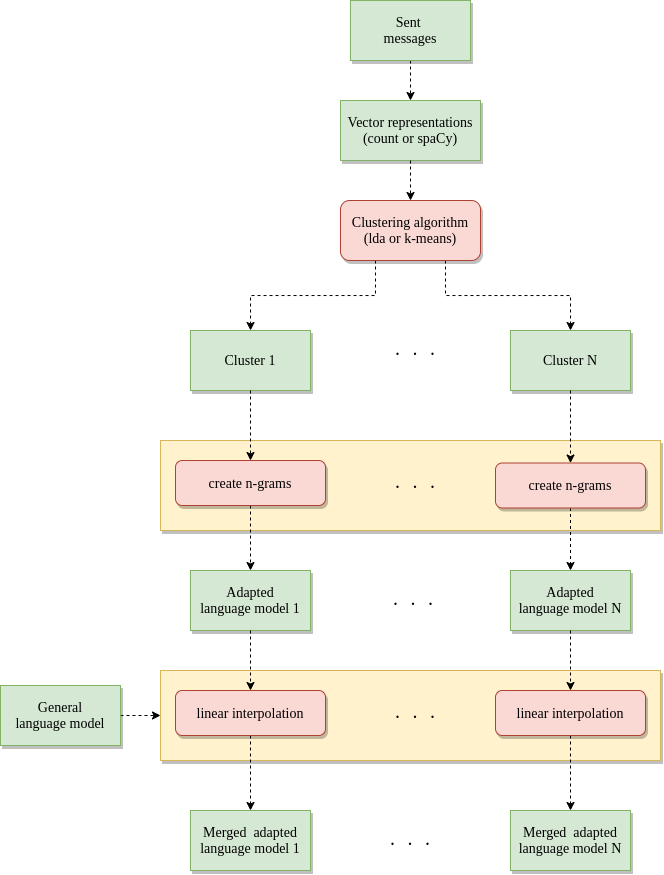
Before: clustered_adaptation/clustered_language_adaptation.png, a diagram exported from draw.io (PanosAntoniadis/personalized_asr). Source tidied: cells renumbered, new cells last; positions are measured from the earlier drawing's top-left corner, leaving out a move shared by most shapes.
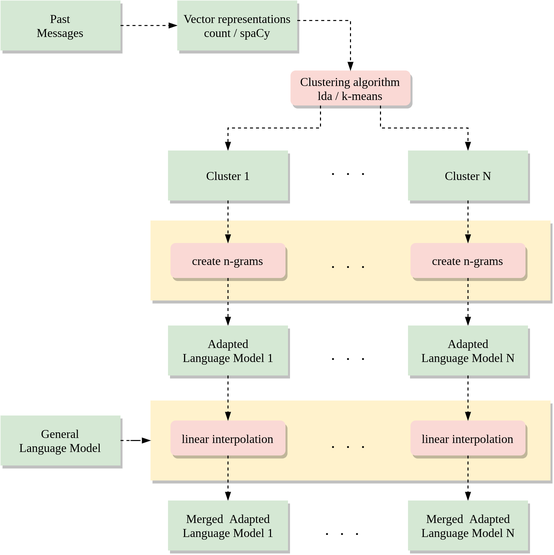
The same file after the commit.

What changed in the source:
```diff
@@ -2,107 +2,111 @@
   <root>
     <mxCell id="0" />
     <mxCell id="1" parent="0" />
-    <mxCell id="2" style="edgeStyle=orthogonalEdgeStyle;rounded=0;jettySize=auto;html=1;fontFamily=Verdana;fontSize=14;dashed=1;" parent="1" edge="1" source="3" target="34">
-      <mxGeometry relative="1" as="geometry" />
-    </mxCell>
-    <mxCell id="3" value="&lt;span style=&quot;font-size: 14px&quot;&gt;Sent &lt;br&gt;messages&lt;/span&gt;" style="rounded=0;whiteSpace=wrap;html=1;fillColor=#d5e8d4;strokeColor=#82b366;shadow=1;fontFamily=Verdana;fontSize=14;" parent="1" vertex="1">
-      <mxGeometry x="350" width="120" height="60" as="geometry" />
-    </mxCell>
-    <mxCell id="4" style="edgeStyle=orthogonalEdgeStyle;rounded=0;jettySize=auto;html=1;exitX=0.25;exitY=1;exitDx=0;exitDy=0;dashed=1;fontFamily=Verdana;fontSize=14;" parent="1" edge="1" source="6" target="7">
-      <mxGeometry relative="1" as="geometry" />
-    </mxCell>
-    <mxCell id="5" style="edgeStyle=orthogonalEdgeStyle;rounded=0;jettySize=auto;html=1;exitX=0.75;exitY=1;exitDx=0;exitDy=0;entryX=0.5;entryY=0;entryDx=0;entryDy=0;dashed=1;fontFamily=Verdana;fontSize=14;" parent="1" edge="1" source="6" target="8">
-      <mxGeometry relative="1" as="geometry" />
-    </mxCell>
-    <mxCell id="6" value="Clustering algorithm&lt;br&gt;(lda or k-means)" style="rounded=1;whiteSpace=wrap;html=1;fontFamily=Verdana;fontSize=14;fillColor=#fad9d5;strokeColor=#ae4132;shadow=1;" parent="1" vertex="1">
-      <mxGeometry x="340" y="200" width="140" height="60" as="geometry" />
-    </mxCell>
+    <mxCell id="36" style="edgeStyle=orthogonalEdgeStyle;rounded=0;jettySize=auto;html=1;fontFamily=Helvetica;fontSize=10;dashed=1;endArrow=blockThin;endFill=1;" parent="1" edge="1" source="37" target="67">
+      <mxGeometry relative="1" as="geometry" />
+    </mxCell>
+    <mxCell id="37" value="&lt;span style=&quot;font-size: 12px&quot;&gt;Past&lt;br style=&quot;font-size: 12px&quot;&gt;Messages&lt;/span&gt;" style="rounded=0;whiteSpace=wrap;html=1;fillColor=#d5e8d4;shadow=1;fontFamily=Times New Roman;fontSize=12;strokeColor=none;" parent="1" vertex="1">
+      <mxGeometry x="20" width="120" height="50" as="geometry" />
+    </mxCell>
+    <mxCell id="38" style="edgeStyle=orthogonalEdgeStyle;rounded=0;jettySize=auto;html=1;exitX=0.25;exitY=1;exitDx=0;exitDy=0;dashed=1;fontFamily=Helvetica;fontSize=10;endArrow=blockThin;endFill=1;" parent="1" edge="1" source="40" target="7">
+      <mxGeometry relative="1" as="geometry" />
+    </mxCell>
+    <mxCell id="39" style="edgeStyle=orthogonalEdgeStyle;rounded=0;jettySize=auto;html=1;exitX=0.75;exitY=1;exitDx=0;exitDy=0;entryX=0.5;entryY=0;entryDx=0;entryDy=0;dashed=1;fontFamily=Helvetica;fontSize=10;endArrow=blockThin;endFill=1;" parent="1" edge="1" source="40" target="8">
+      <mxGeometry relative="1" as="geometry" />
+    </mxCell>
+    <mxCell id="40" value="Clustering algorithm&lt;br style=&quot;font-size: 12px&quot;&gt;lda / k-means" style="rounded=1;whiteSpace=wrap;html=1;fontFamily=Times New Roman;fontSize=12;fillColor=#fad9d5;shadow=1;strokeColor=none;" parent="1" vertex="1">
+      <mxGeometry x="310" y="70" width="120" height="35" as="geometry" />
+    </mxCell>
-    <mxCell id="7" value="&lt;span style=&quot;font-size: 14px&quot;&gt;Cluster 1&lt;/span&gt;" style="rounded=0;whiteSpace=wrap;html=1;fillColor=#d5e8d4;strokeColor=#82b366;shadow=1;fontFamily=Verdana;fontSize=14;" parent="1" vertex="1">
-      <mxGeometry x="190" y="330" width="120" height="60" as="geometry" />
+    <mxCell id="7" value="&lt;span style=&quot;font-size: 12px;&quot;&gt;Cluster 1&lt;/span&gt;" style="rounded=0;whiteSpace=wrap;html=1;fillColor=#d5e8d4;shadow=1;fontFamily=Times New Roman;fontSize=12;strokeColor=none;" parent="1" vertex="1">
+      <mxGeometry x="187.5" y="150" width="120" height="50" as="geometry" />
     </mxCell>
-    <mxCell id="8" value="&lt;span style=&quot;font-size: 14px&quot;&gt;Cluster N&lt;/span&gt;" style="rounded=0;whiteSpace=wrap;html=1;fillColor=#d5e8d4;strokeColor=#82b366;shadow=1;fontFamily=Verdana;fontSize=14;" parent="1" vertex="1">
-      <mxGeometry x="510" y="330" width="120" height="60" as="geometry" />
+    <mxCell id="8" value="&lt;span style=&quot;font-size: 12px;&quot;&gt;Cluster N&lt;/span&gt;" style="rounded=0;whiteSpace=wrap;html=1;fillColor=#d5e8d4;shadow=1;fontFamily=Times New Roman;fontSize=12;strokeColor=none;" parent="1" vertex="1">
+      <mxGeometry x="427.5" y="150" width="120" height="50" as="geometry" />
     </mxCell>
-    <mxCell id="9" value="&lt;font style=&quot;font-size: 14px;&quot;&gt;&lt;b style=&quot;font-size: 14px;&quot;&gt;.&amp;nbsp; &amp;nbsp; .&amp;nbsp; &amp;nbsp; .&lt;/b&gt;&lt;/font&gt;" style="text;html=1;strokeColor=none;fillColor=none;align=center;verticalAlign=middle;whiteSpace=wrap;rounded=0;fontSize=14;fontFamily=Verdana;" parent="1" vertex="1">
-      <mxGeometry x="360" y="340" width="110" height="20" as="geometry" />
-    </mxCell>
-    <mxCell id="10" style="rounded=0;whiteSpace=wrap;html=1;fillColor=#fff2cc;strokeColor=#d6b656;shadow=1;" parent="1" vertex="1">
-      <mxGeometry x="160" y="440" width="500" height="90" as="geometry" />
-    </mxCell>
-    <mxCell id="11" style="edgeStyle=orthogonalEdgeStyle;rounded=0;jettySize=auto;html=1;exitX=0.5;exitY=1;exitDx=0;exitDy=0;dashed=1;fontFamily=Verdana;fontSize=14;" parent="1" edge="1" source="12" target="18">
-      <mxGeometry relative="1" as="geometry" />
-    </mxCell>
-    <mxCell id="12" value="create n-grams" style="rounded=1;whiteSpace=wrap;html=1;fillColor=#fad9d5;strokeColor=#ae4132;shadow=1;fontSize=14;fontStyle=0;fontFamily=Verdana;" parent="1" vertex="1">
-      <mxGeometry x="175" y="460" width="150" height="45" as="geometry" />
-    </mxCell>
-    <mxCell id="13" value="&lt;font style=&quot;font-size: 14px;&quot;&gt;&lt;b style=&quot;font-size: 14px;&quot;&gt;.&amp;nbsp; &amp;nbsp; .&amp;nbsp; &amp;nbsp; .&lt;/b&gt;&lt;/font&gt;" style="text;html=1;strokeColor=none;fillColor=none;align=center;verticalAlign=middle;whiteSpace=wrap;rounded=0;fontSize=14;fontFamily=Verdana;" parent="1" vertex="1">
-      <mxGeometry x="360" y="472.5" width="110" height="20" as="geometry" />
-    </mxCell>
-    <mxCell id="14" style="edgeStyle=orthogonalEdgeStyle;rounded=0;jettySize=auto;html=1;dashed=1;fontFamily=Verdana;fontSize=14;" parent="1" edge="1" source="15" target="19">
-      <mxGeometry relative="1" as="geometry" />
-    </mxCell>
-    <mxCell id="15" value="create n-grams" style="rounded=1;whiteSpace=wrap;html=1;fillColor=#fad9d5;strokeColor=#ae4132;shadow=1;fontSize=14;fontStyle=0;fontFamily=Verdana;" parent="1" vertex="1">
-      <mxGeometry x="495" y="462.5" width="150" height="45" as="geometry" />
-    </mxCell>
-    <mxCell id="16" style="edgeStyle=orthogonalEdgeStyle;rounded=0;jettySize=auto;html=1;exitX=0.5;exitY=1;exitDx=0;exitDy=0;dashed=1;" parent="1" edge="1" source="7" target="12">
-      <mxGeometry relative="1" as="geometry" />
-    </mxCell>
-    <mxCell id="17" style="edgeStyle=orthogonalEdgeStyle;rounded=0;jettySize=auto;html=1;exitX=0.5;exitY=1;exitDx=0;exitDy=0;dashed=1;" parent="1" edge="1" source="8" target="15">
-      <mxGeometry relative="1" as="geometry" />
-    </mxCell>
-    <mxCell id="18" value="&lt;span style=&quot;font-size: 14px&quot;&gt;Adapted&lt;br&gt;language model 1&lt;/span&gt;" style="rounded=0;whiteSpace=wrap;html=1;fillColor=#d5e8d4;strokeColor=#82b366;shadow=1;fontFamily=Verdana;fontSize=14;" parent="1" vertex="1">
-      <mxGeometry x="190" y="570" width="120" height="60" as="geometry" />
-    </mxCell>
-    <mxCell id="19" value="Adapted&lt;br&gt;language model N" style="rounded=0;whiteSpace=wrap;html=1;fillColor=#d5e8d4;strokeColor=#82b366;shadow=1;fontFamily=Verdana;fontSize=14;" parent="1" vertex="1">
-      <mxGeometry x="510" y="570" width="120" height="60" as="geometry" />
-    </mxCell>
-    <mxCell id="20" value="&lt;font style=&quot;font-size: 14px;&quot;&gt;&lt;b style=&quot;font-size: 14px;&quot;&gt;.&amp;nbsp; &amp;nbsp; .&amp;nbsp; &amp;nbsp; .&lt;/b&gt;&lt;/font&gt;" style="text;html=1;strokeColor=none;fillColor=none;align=center;verticalAlign=middle;whiteSpace=wrap;rounded=0;fontSize=14;fontFamily=Verdana;" parent="1" vertex="1">
-      <mxGeometry x="357.5" y="590" width="110" height="20" as="geometry" />
-    </mxCell>
-    <mxCell id="21" style="rounded=0;whiteSpace=wrap;html=1;fillColor=#fff2cc;strokeColor=#d6b656;shadow=1;" parent="1" vertex="1">
-      <mxGeometry x="160" y="670" width="500" height="90" as="geometry" />
-    </mxCell>
-    <mxCell id="22" style="edgeStyle=orthogonalEdgeStyle;rounded=0;jettySize=auto;html=1;entryX=0.5;entryY=0;entryDx=0;entryDy=0;dashed=1;fontFamily=Verdana;fontSize=14;" parent="1" edge="1" source="23" target="31">
-      <mxGeometry relative="1" as="geometry" />
-    </mxCell>
-    <mxCell id="23" value="linear interpolation" style="rounded=1;whiteSpace=wrap;html=1;fillColor=#fad9d5;strokeColor=#ae4132;shadow=1;fontSize=14;fontStyle=0;fontFamily=Verdana;" parent="1" vertex="1">
-      <mxGeometry x="175" y="690" width="150" height="45" as="geometry" />
-    </mxCell>
-    <mxCell id="24" value="&lt;font style=&quot;font-size: 14px;&quot;&gt;&lt;b style=&quot;font-size: 14px;&quot;&gt;.&amp;nbsp; &amp;nbsp; .&amp;nbsp; &amp;nbsp; .&lt;/b&gt;&lt;/font&gt;" style="text;html=1;strokeColor=none;fillColor=none;align=center;verticalAlign=middle;whiteSpace=wrap;rounded=0;fontSize=14;fontFamily=Verdana;" parent="1" vertex="1">
-      <mxGeometry x="360" y="702.5" width="110" height="20" as="geometry" />
-    </mxCell>
-    <mxCell id="25" style="edgeStyle=orthogonalEdgeStyle;rounded=0;jettySize=auto;html=1;exitX=0.5;exitY=1;exitDx=0;exitDy=0;dashed=1;fontFamily=Verdana;fontSize=14;" parent="1" edge="1" source="26" target="32">
-      <mxGeometry relative="1" as="geometry" />
-    </mxCell>
-    <mxCell id="26" value="linear interpolation" style="rounded=1;whiteSpace=wrap;html=1;fillColor=#fad9d5;strokeColor=#ae4132;shadow=1;fontSize=14;fontStyle=0;fontFamily=Verdana;" parent="1" vertex="1">
-      <mxGeometry x="495" y="690" width="150" height="45" as="geometry" />
-    </mxCell>
-    <mxCell id="27" style="edgeStyle=orthogonalEdgeStyle;rounded=0;jettySize=auto;html=1;dashed=1;" parent="1" edge="1" source="18" target="23">
-      <mxGeometry relative="1" as="geometry" />
-    </mxCell>
-    <mxCell id="28" style="edgeStyle=orthogonalEdgeStyle;rounded=0;jettySize=auto;html=1;dashed=1;exitX=0.5;exitY=1;exitDx=0;exitDy=0;" parent="1" edge="1" source="19" target="26">
-      <mxGeometry relative="1" as="geometry" />
-    </mxCell>
-    <mxCell id="29" style="edgeStyle=orthogonalEdgeStyle;rounded=0;jettySize=auto;html=1;entryX=0;entryY=0.5;entryDx=0;entryDy=0;dashed=1;fontFamily=Verdana;fontSize=14;" parent="1" edge="1" source="30" target="21">
-      <mxGeometry relative="1" as="geometry" />
-    </mxCell>
-    <mxCell id="30" value="General&lt;br style=&quot;font-size: 14px;&quot;&gt;language model" style="rounded=0;whiteSpace=wrap;html=1;fillColor=#d5e8d4;strokeColor=#82b366;gradientColor=none;shadow=1;fontSize=14;fontStyle=0;fontFamily=Verdana;" parent="1" vertex="1">
-      <mxGeometry y="685" width="120" height="60" as="geometry" />
-    </mxCell>
-    <mxCell id="31" value="&lt;span style=&quot;font-size: 14px&quot;&gt;Merged&amp;nbsp; adapted&lt;br&gt;language model 1&lt;/span&gt;" style="rounded=0;whiteSpace=wrap;html=1;fillColor=#d5e8d4;strokeColor=#82b366;shadow=1;fontFamily=Verdana;fontSize=14;" parent="1" vertex="1">
-      <mxGeometry x="190" y="810" width="120" height="60" as="geometry" />
-    </mxCell>
-    <mxCell id="32" value="Merged&amp;nbsp; adapted&lt;br&gt;language model N" style="rounded=0;whiteSpace=wrap;html=1;fillColor=#d5e8d4;strokeColor=#82b366;shadow=1;fontFamily=Verdana;fontSize=14;" parent="1" vertex="1">
-      <mxGeometry x="510" y="810" width="120" height="60" as="geometry" />
-    </mxCell>
-    <mxCell id="33" value="&lt;font style=&quot;font-size: 14px;&quot;&gt;&lt;b style=&quot;font-size: 14px;&quot;&gt;.&amp;nbsp; &amp;nbsp; .&amp;nbsp; &amp;nbsp; .&lt;/b&gt;&lt;/font&gt;" style="text;html=1;strokeColor=none;fillColor=none;align=center;verticalAlign=middle;whiteSpace=wrap;rounded=0;fontSize=14;fontFamily=Verdana;" parent="1" vertex="1">
-      <mxGeometry x="355" y="830" width="110" height="20" as="geometry" />
-    </mxCell>
-    <mxCell id="34" value="Vector representations&lt;br&gt;(count or spaCy)" style="rounded=0;whiteSpace=wrap;html=1;fillColor=#d5e8d4;strokeColor=#82b366;shadow=1;fontFamily=Verdana;fontSize=14;" parent="1" vertex="1">
-      <mxGeometry x="340" y="100" width="140" height="60" as="geometry" />
-    </mxCell>
-    <mxCell id="35" style="edgeStyle=orthogonalEdgeStyle;rounded=0;jettySize=auto;html=1;fontFamily=Verdana;fontSize=14;dashed=1;exitX=0.5;exitY=1;exitDx=0;exitDy=0;entryX=0.5;entryY=0;entryDx=0;entryDy=0;" parent="1" edge="1" source="34" target="6">
-      <mxGeometry relative="1" as="geometry" />
-    </mxCell>
+    <mxCell id="41" value="&lt;font style=&quot;font-size: 12px;&quot;&gt;&lt;b style=&quot;font-size: 12px;&quot;&gt;.&amp;nbsp; &amp;nbsp; .&amp;nbsp; &amp;nbsp; .&lt;/b&gt;&lt;/font&gt;" style="text;html=1;strokeColor=none;fillColor=none;align=center;verticalAlign=middle;whiteSpace=wrap;rounded=0;fontSize=12;fontFamily=Times New Roman;" parent="1" vertex="1">
+      <mxGeometry x="313" y="160" width="110" height="20" as="geometry" />
+    </mxCell>
+    <mxCell id="42" style="rounded=0;whiteSpace=wrap;html=1;fillColor=#fff2cc;shadow=1;fontFamily=Helvetica;fontSize=10;strokeColor=none;" parent="1" vertex="1">
+      <mxGeometry x="170" y="220" width="400" height="80" as="geometry" />
+    </mxCell>
+    <mxCell id="43" style="edgeStyle=orthogonalEdgeStyle;rounded=0;jettySize=auto;html=1;exitX=0.5;exitY=1;exitDx=0;exitDy=0;dashed=1;fontFamily=Helvetica;fontSize=10;endArrow=blockThin;endFill=1;" parent="1" edge="1" source="44" target="50">
+      <mxGeometry relative="1" as="geometry" />
+    </mxCell>
+    <mxCell id="44" value="create n-grams" style="rounded=1;whiteSpace=wrap;html=1;fillColor=#fad9d5;shadow=1;fontSize=12;fontStyle=0;fontFamily=Times New Roman;strokeColor=none;" parent="1" vertex="1">
+      <mxGeometry x="190" y="242.5" width="115" height="35" as="geometry" />
+    </mxCell>
+    <mxCell id="45" value="&lt;font style=&quot;font-size: 12px;&quot;&gt;&lt;b style=&quot;font-size: 12px;&quot;&gt;.&amp;nbsp; &amp;nbsp; .&amp;nbsp; &amp;nbsp; .&lt;/b&gt;&lt;/font&gt;" style="text;html=1;strokeColor=none;fillColor=none;align=center;verticalAlign=middle;whiteSpace=wrap;rounded=0;fontSize=12;fontFamily=Times New Roman;" parent="1" vertex="1">
+      <mxGeometry x="313" y="252.5" width="110" height="20" as="geometry" />
+    </mxCell>
+    <mxCell id="46" style="edgeStyle=orthogonalEdgeStyle;rounded=0;jettySize=auto;html=1;dashed=1;fontFamily=Helvetica;fontSize=10;endArrow=blockThin;endFill=1;" parent="1" edge="1" source="47" target="51">
+      <mxGeometry relative="1" as="geometry" />
+    </mxCell>
+    <mxCell id="47" value="create n-grams" style="rounded=1;whiteSpace=wrap;html=1;fillColor=#fad9d5;shadow=1;fontSize=12;fontStyle=0;fontFamily=Times New Roman;strokeColor=none;" parent="1" vertex="1">
+      <mxGeometry x="430" y="242.5" width="115" height="35" as="geometry" />
+    </mxCell>
+    <mxCell id="48" style="edgeStyle=orthogonalEdgeStyle;rounded=0;jettySize=auto;html=1;exitX=0.5;exitY=1;exitDx=0;exitDy=0;dashed=1;fontFamily=Helvetica;fontSize=10;endArrow=blockThin;endFill=1;" parent="1" edge="1" source="7" target="44">
+      <mxGeometry relative="1" as="geometry" />
+    </mxCell>
+    <mxCell id="49" style="edgeStyle=orthogonalEdgeStyle;rounded=0;jettySize=auto;html=1;exitX=0.5;exitY=1;exitDx=0;exitDy=0;dashed=1;fontFamily=Helvetica;fontSize=10;endArrow=blockThin;endFill=1;" parent="1" edge="1" source="8" target="47">
+      <mxGeometry relative="1" as="geometry" />
+    </mxCell>
+    <mxCell id="50" value="&lt;span style=&quot;font-size: 12px&quot;&gt;Adapted&lt;br style=&quot;font-size: 12px&quot;&gt;Language Model 1&lt;/span&gt;" style="rounded=0;whiteSpace=wrap;html=1;fillColor=#d5e8d4;shadow=1;fontFamily=Times New Roman;fontSize=12;strokeColor=none;" parent="1" vertex="1">
+      <mxGeometry x="187.5" y="325" width="120" height="50" as="geometry" />
+    </mxCell>
+    <mxCell id="51" value="Adapted&lt;br style=&quot;font-size: 12px&quot;&gt;Language Model N" style="rounded=0;whiteSpace=wrap;html=1;fillColor=#d5e8d4;shadow=1;fontFamily=Times New Roman;fontSize=12;strokeColor=none;" parent="1" vertex="1">
+      <mxGeometry x="427.5" y="325" width="120" height="50" as="geometry" />
+    </mxCell>
+    <mxCell id="52" value="&lt;font style=&quot;font-size: 12px;&quot;&gt;&lt;b style=&quot;font-size: 12px;&quot;&gt;.&amp;nbsp; &amp;nbsp; .&amp;nbsp; &amp;nbsp; .&lt;/b&gt;&lt;/font&gt;" style="text;html=1;strokeColor=none;fillColor=none;align=center;verticalAlign=middle;whiteSpace=wrap;rounded=0;fontSize=12;fontFamily=Times New Roman;" parent="1" vertex="1">
+      <mxGeometry x="313" y="345" width="110" height="20" as="geometry" />
+    </mxCell>
+    <mxCell id="53" style="rounded=0;whiteSpace=wrap;html=1;fillColor=#fff2cc;shadow=1;fontFamily=Helvetica;fontSize=10;strokeColor=none;" parent="1" vertex="1">
+      <mxGeometry x="170" y="400" width="400" height="80" as="geometry" />
+    </mxCell>
+    <mxCell id="54" style="edgeStyle=orthogonalEdgeStyle;rounded=0;jettySize=auto;html=1;entryX=0.5;entryY=0;entryDx=0;entryDy=0;dashed=1;fontFamily=Helvetica;fontSize=10;endArrow=blockThin;endFill=1;" parent="1" edge="1" source="55" target="63">
+      <mxGeometry relative="1" as="geometry" />
+    </mxCell>
+    <mxCell id="55" value="linear interpolation" style="rounded=1;whiteSpace=wrap;html=1;fillColor=#fad9d5;shadow=1;fontSize=12;fontStyle=0;fontFamily=Times New Roman;strokeColor=none;" parent="1" vertex="1">
+      <mxGeometry x="190" y="420" width="115" height="35" as="geometry" />
+    </mxCell>
+    <mxCell id="56" value="&lt;font style=&quot;font-size: 12px;&quot;&gt;&lt;b style=&quot;font-size: 12px;&quot;&gt;.&amp;nbsp; &amp;nbsp; .&amp;nbsp; &amp;nbsp; .&lt;/b&gt;&lt;/font&gt;" style="text;html=1;strokeColor=none;fillColor=none;align=center;verticalAlign=middle;whiteSpace=wrap;rounded=0;fontSize=12;fontFamily=Times New Roman;" parent="1" vertex="1">
+      <mxGeometry x="313" y="432.5" width="110" height="20" as="geometry" />
+    </mxCell>
+    <mxCell id="57" style="edgeStyle=orthogonalEdgeStyle;rounded=0;jettySize=auto;html=1;exitX=0.5;exitY=1;exitDx=0;exitDy=0;dashed=1;fontFamily=Helvetica;fontSize=10;endArrow=blockThin;endFill=1;" parent="1" edge="1" source="58" target="64">
+      <mxGeometry relative="1" as="geometry" />
+    </mxCell>
+    <mxCell id="58" value="linear interpolation" style="rounded=1;whiteSpace=wrap;html=1;fillColor=#fad9d5;shadow=1;fontSize=12;fontStyle=0;fontFamily=Times New Roman;strokeColor=none;" parent="1" vertex="1">
+      <mxGeometry x="430" y="420" width="115" height="35" as="geometry" />
+    </mxCell>
+    <mxCell id="59" style="edgeStyle=orthogonalEdgeStyle;rounded=0;jettySize=auto;html=1;dashed=1;fontFamily=Helvetica;fontSize=10;endArrow=blockThin;endFill=1;" parent="1" edge="1" source="50" target="55">
+      <mxGeometry relative="1" as="geometry" />
+    </mxCell>
+    <mxCell id="60" style="edgeStyle=orthogonalEdgeStyle;rounded=0;jettySize=auto;html=1;dashed=1;exitX=0.5;exitY=1;exitDx=0;exitDy=0;fontFamily=Helvetica;fontSize=10;endArrow=blockThin;endFill=1;" parent="1" edge="1" source="51" target="58">
+      <mxGeometry relative="1" as="geometry" />
+    </mxCell>
+    <mxCell id="61" style="edgeStyle=orthogonalEdgeStyle;rounded=0;jettySize=auto;html=1;entryX=0;entryY=0.5;entryDx=0;entryDy=0;dashed=1;fontFamily=Helvetica;fontSize=10;endArrow=blockThin;endFill=1;" parent="1" edge="1" source="62" target="53">
+      <mxGeometry relative="1" as="geometry" />
+    </mxCell>
+    <mxCell id="62" value="General&lt;br style=&quot;font-size: 12px&quot;&gt;Language Model" style="rounded=0;whiteSpace=wrap;html=1;fillColor=#d5e8d4;gradientColor=none;shadow=1;fontSize=12;fontStyle=0;fontFamily=Times New Roman;strokeColor=none;" parent="1" vertex="1">
+      <mxGeometry x="20" y="415" width="120" height="50" as="geometry" />
+    </mxCell>
+    <mxCell id="63" value="&lt;span style=&quot;font-size: 12px&quot;&gt;Merged&amp;nbsp; Adapted&lt;br style=&quot;font-size: 12px&quot;&gt;Language Model 1&lt;/span&gt;" style="rounded=0;whiteSpace=wrap;html=1;fillColor=#d5e8d4;shadow=1;fontFamily=Times New Roman;fontSize=12;strokeColor=none;" parent="1" vertex="1">
+      <mxGeometry x="187.5" y="500" width="120" height="50" as="geometry" />
+    </mxCell>
+    <mxCell id="64" value="Merged&amp;nbsp; Adapted&lt;br style=&quot;font-size: 12px&quot;&gt;Language Model N" style="rounded=0;whiteSpace=wrap;html=1;fillColor=#d5e8d4;shadow=1;fontFamily=Times New Roman;fontSize=12;strokeColor=none;" parent="1" vertex="1">
+      <mxGeometry x="427.5" y="500" width="120" height="50" as="geometry" />
+    </mxCell>
+    <mxCell id="65" value="&lt;font style=&quot;font-size: 12px;&quot;&gt;&lt;b style=&quot;font-size: 12px;&quot;&gt;.&amp;nbsp; &amp;nbsp; .&amp;nbsp; &amp;nbsp; .&lt;/b&gt;&lt;/font&gt;" style="text;html=1;strokeColor=none;fillColor=none;align=center;verticalAlign=middle;whiteSpace=wrap;rounded=0;fontSize=12;fontFamily=Times New Roman;" parent="1" vertex="1">
+      <mxGeometry x="306.8" y="520" width="110" height="20" as="geometry" />
+    </mxCell>
+    <mxCell id="66" style="edgeStyle=orthogonalEdgeStyle;rounded=0;jettySize=auto;html=1;entryX=0.5;entryY=0;entryDx=0;entryDy=0;fontFamily=Helvetica;fontSize=10;dashed=1;endArrow=blockThin;endFill=1;" parent="1" edge="1" source="67" target="40">
+      <mxGeometry relative="1" as="geometry">
+        <Array as="points">
+          <mxPoint x="370" y="20" />
+        </Array>
+      </mxGeometry>
+    </mxCell>
+    <mxCell id="67" value="Vector representations&lt;br style=&quot;font-size: 12px&quot;&gt;count / spaCy" style="rounded=0;whiteSpace=wrap;html=1;fillColor=#d5e8d4;shadow=1;fontFamily=Times New Roman;fontSize=12;strokeColor=none;" parent="1" vertex="1">
+      <mxGeometry x="196.8" width="120" height="50" as="geometry" />
+    </mxCell>
   </root>
 </mxGraphModel>
```
